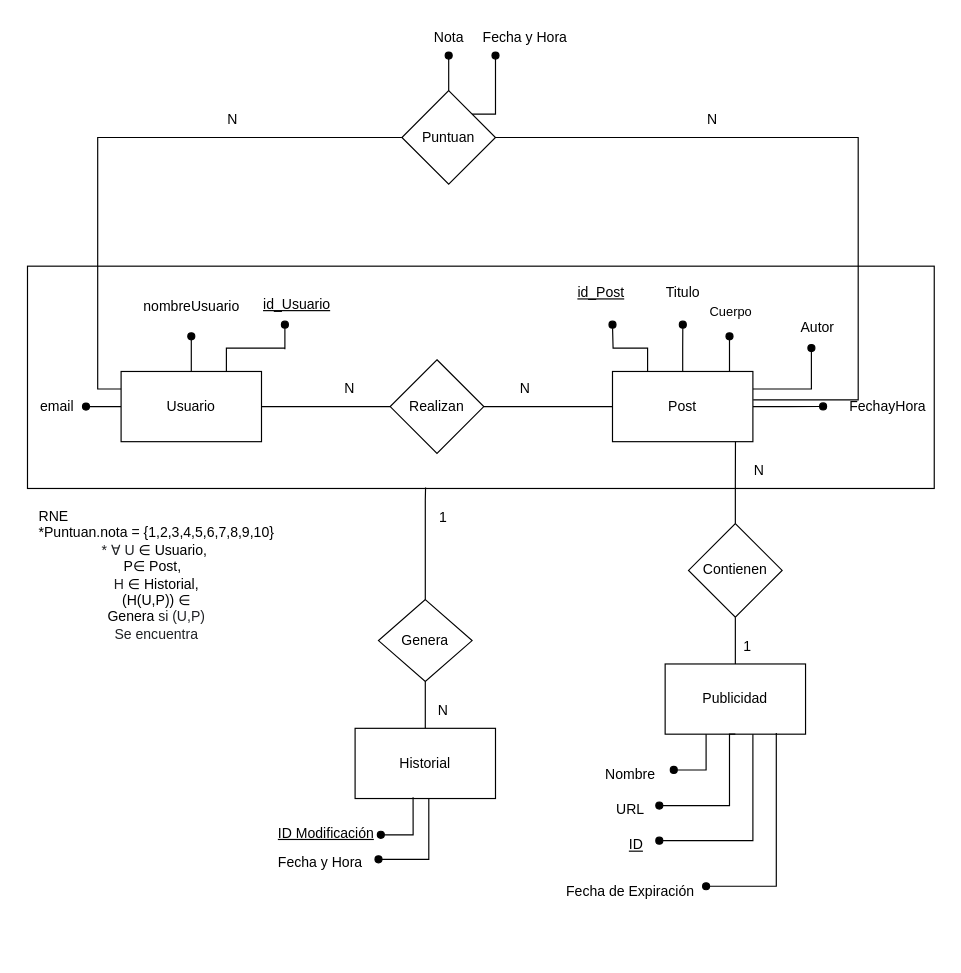
Earlier version of the draw.io diagram Base de Datos/DER_Obligatorio.drawio (msmujica/ParcialBaseDatos-Programacion). Source tidied: cells renumbered, new cells numbered last; positions are measured from the earlier drawing's top-left corner, leaving out a move shared by most shapes. Both pictures are drawn from the tidied source at 117%, with x=0, y=0 at pixel (27, 20).
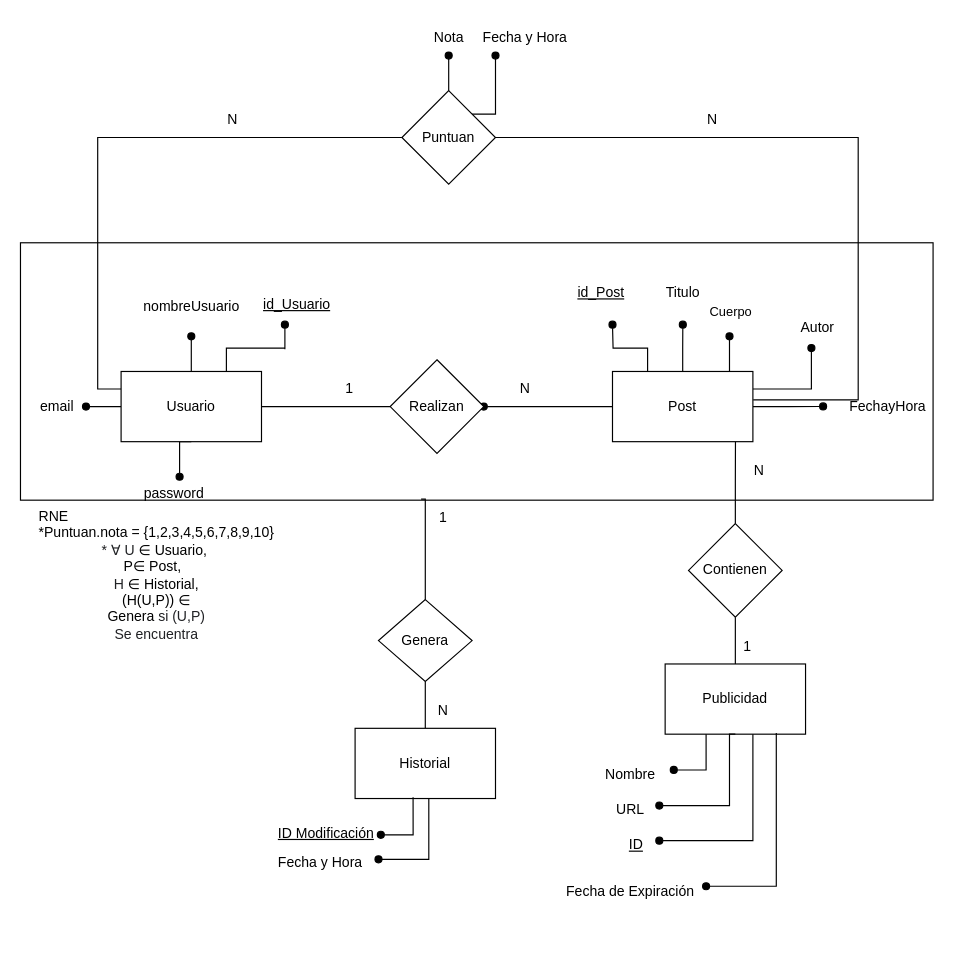
The same diagram, later.

The change refers to these unchanged cells:
```xml
<mxCell id="6" value="Usuario" style="rounded=0;whiteSpace=wrap;html=1;" parent="1" vertex="1">
  <mxGeometry x="80" y="300" width="120" height="60" as="geometry" />
</mxCell>
<mxCell id="8" value="Realizan" style="rhombus;whiteSpace=wrap;html=1;" parent="1" vertex="1">
  <mxGeometry x="310" y="290" width="80" height="80" as="geometry" />
</mxCell>
<mxCell id="15" value="Post" style="whiteSpace=wrap;html=1;" parent="1" vertex="1">
  <mxGeometry x="500" y="300" width="120" height="60" as="geometry" />
</mxCell>
```

The edit, as a diff of the source:
```diff
@@
+    <mxCell id="61" style="edgeStyle=orthogonalEdgeStyle;rounded=0;jettySize=auto;html=1;exitX=0.5;exitY=1;exitDx=0;exitDy=0;endArrow=oval;endFill=1;" parent="1" edge="1" source="6">
+      <mxGeometry relative="1" as="geometry">
+        <mxPoint x="130" y="390" as="targetPoint" />
+      </mxGeometry>
+    </mxCell>
@@
-    <mxCell id="7" style="edgeStyle=orthogonalEdgeStyle;rounded=0;jettySize=auto;html=1;exitX=1;exitY=0.5;exitDx=0;exitDy=0;entryX=0;entryY=0.5;entryDx=0;entryDy=0;endArrow=none;endFill=0;" parent="1" edge="1" source="8" target="15">
+    <mxCell id="7" style="edgeStyle=orthogonalEdgeStyle;rounded=0;jettySize=auto;html=1;exitX=1;exitY=0.5;exitDx=0;exitDy=0;entryX=0;entryY=0.5;entryDx=0;entryDy=0;endArrow=none;endFill=0;startArrow=oval;startFill=1;" parent="1" edge="1" source="8" target="15">
       <mxGeometry relative="1" as="geometry" />
     </mxCell>
@@
-    <mxCell id="16" value="N" style="text;html=1;align=center;verticalAlign=middle;strokeColor=none;fillColor=none;" parent="1" vertex="1">
+    <mxCell id="16" value="1" style="text;html=1;align=center;verticalAlign=middle;strokeColor=none;fillColor=none;" parent="1" vertex="1">
       <mxGeometry x="260" y="300" width="30" height="30" as="geometry" />
     </mxCell>
@@
     <mxCell id="53" style="rounded=0;whiteSpace=wrap;html=1;fillColor=none;" parent="1" vertex="1">
-      <mxGeometry y="210" width="775" height="190" as="geometry" />
+      <mxGeometry x="-6" y="190" width="780" height="220" as="geometry" />
     </mxCell>
@@
+    <mxCell id="62" value="password" style="text;html=1;align=center;verticalAlign=middle;strokeColor=none;fillColor=none;" parent="1" vertex="1">
+      <mxGeometry x="90" y="390" width="70" height="30" as="geometry" />
+    </mxCell>
```
